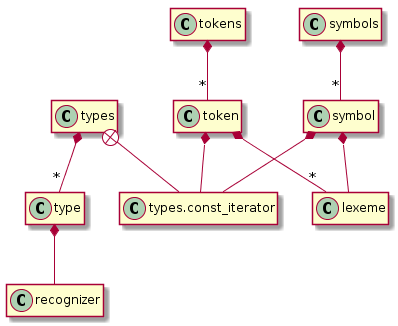
rodrigocanellas/tenacitas keeps this PlantUML diagram as code/interpreter/document/classes.png. Above is the earlier version. Source of this version:
```plantuml
@startuml

hide empty members
allow_mixing

class type
class types
class lexeme
class symbol
class symbols
class recognizer

type *-- recognizer

types +--types.const_iterator


symbol *-- lexeme
symbol *--  types.const_iterator

symbols *-- "*" symbol

token *-- "*" lexeme
token *-- types.const_iterator

tokens *-- "*" token

types *-- "*" type

@enduml
```
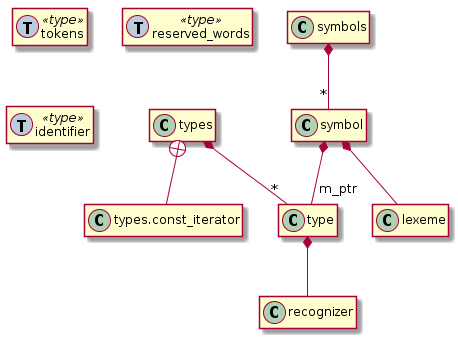
After the commit.

Change to the diagram source:
```diff
@@ -16,15 +16,14 @@
 
 
 symbol *-- lexeme
-symbol *--  types.const_iterator
+symbol *--  "m_ptr" type
 
 symbols *-- "*" symbol
 
-token *-- "*" lexeme
-token *-- types.const_iterator
-
-tokens *-- "*" token
-
 types *-- "*" type
 
+class  tokens <<(T,#BBCCDD) type>>
+class  reserved_words <<(T,#BBCCDD) type>>
+class  identifier <<(T,#BBCCDD) type>>
+
 @enduml
```
